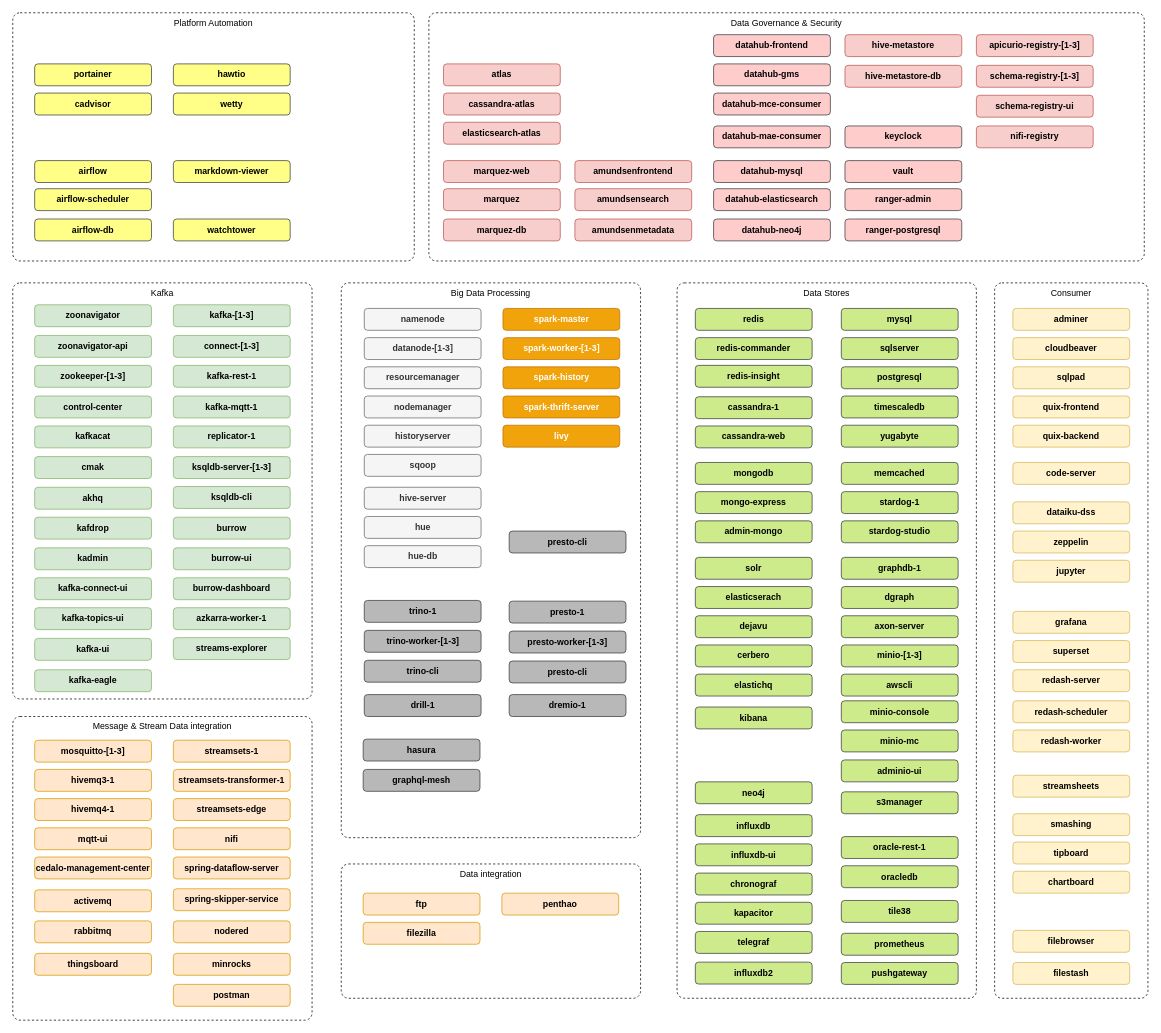
This is page "Services" (1 of 4) of documentation/drawio/modern-data-platform.drawio from TrivadisPF/platys-modern-data-platform, a draw.io file, before an edit. Source tidied: cells renumbered, new cells numbered last; positions are measured from the earlier drawing's top-left corner, leaving out a move shared by most shapes. Both pictures are drawn from the tidied source at 73%, with x=0, y=0 at pixel (12, 12).
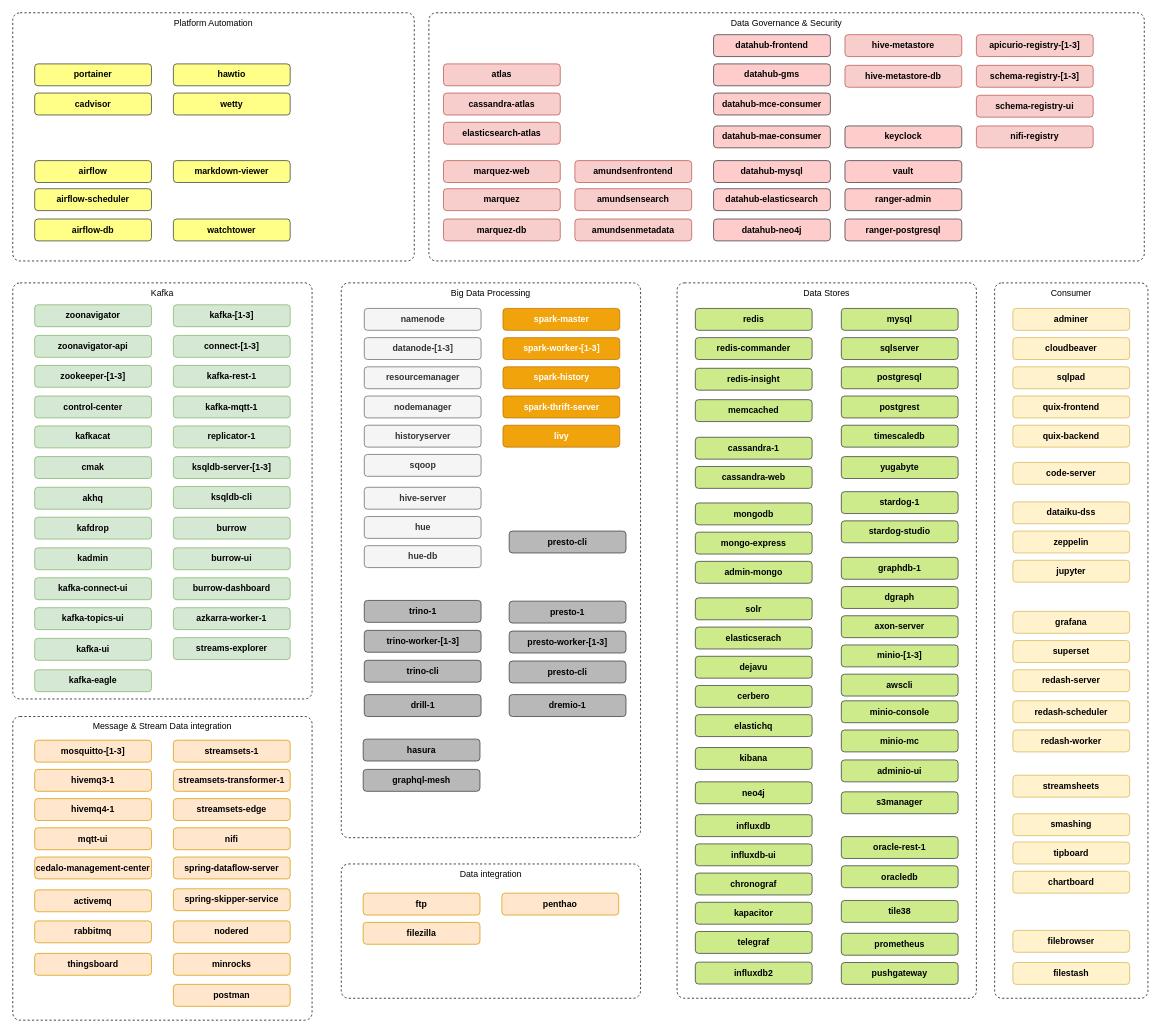
The same page after the edit.

Commit message (it also covers changes not shown here):
add postgrest service: #329

Diff of the diagram source:
```diff
@@
     <mxCell id="61" value="&lt;span&gt;cassandra-1&lt;/span&gt;" style="rounded=1;whiteSpace=wrap;html=1;fillColor=#cdeb8b;strokeColor=#36393d;fontStyle=1;" parent="1" vertex="1">
-      <mxGeometry x="935" y="526" width="160" height="30" as="geometry" />
+      <mxGeometry x="935" y="581.5" width="160" height="30" as="geometry" />
     </mxCell>
     <mxCell id="62" value="&lt;span&gt;cassandra-web&lt;/span&gt;" style="rounded=1;whiteSpace=wrap;html=1;fillColor=#cdeb8b;strokeColor=#36393d;fontStyle=1;" parent="1" vertex="1">
-      <mxGeometry x="935" y="566" width="160" height="30" as="geometry" />
+      <mxGeometry x="935" y="621.5" width="160" height="30" as="geometry" />
     </mxCell>
     <mxCell id="63" value="&lt;span&gt;mongodb&lt;/span&gt;" style="rounded=1;whiteSpace=wrap;html=1;fillColor=#cdeb8b;strokeColor=#36393d;fontStyle=1;" parent="1" vertex="1">
-      <mxGeometry x="935" y="616" width="160" height="30" as="geometry" />
+      <mxGeometry x="935" y="671.5" width="160" height="30" as="geometry" />
     </mxCell>
     <mxCell id="64" value="&lt;span&gt;mongo-express&lt;/span&gt;" style="rounded=1;whiteSpace=wrap;html=1;fillColor=#cdeb8b;strokeColor=#36393d;fontStyle=1;" parent="1" vertex="1">
-      <mxGeometry x="935" y="656" width="160" height="30" as="geometry" />
+      <mxGeometry x="935" y="711.5" width="160" height="30" as="geometry" />
     </mxCell>
     <mxCell id="65" value="&lt;span&gt;admin-mongo&lt;/span&gt;" style="rounded=1;whiteSpace=wrap;html=1;fillColor=#cdeb8b;strokeColor=#36393d;fontStyle=1;" parent="1" vertex="1">
-      <mxGeometry x="935" y="696" width="160" height="30" as="geometry" />
+      <mxGeometry x="935" y="751.5" width="160" height="30" as="geometry" />
     </mxCell>
     <mxCell id="66" value="&lt;span&gt;solr&lt;/span&gt;" style="rounded=1;whiteSpace=wrap;html=1;fillColor=#cdeb8b;strokeColor=#36393d;fontStyle=1;" parent="1" vertex="1">
-      <mxGeometry x="935" y="746" width="160" height="30" as="geometry" />
+      <mxGeometry x="935" y="801.5" width="160" height="30" as="geometry" />
     </mxCell>
     <mxCell id="67" value="&lt;span&gt;elasticserach&lt;/span&gt;" style="rounded=1;whiteSpace=wrap;html=1;fillColor=#cdeb8b;strokeColor=#36393d;fontStyle=1;" parent="1" vertex="1">
-      <mxGeometry x="935" y="786" width="160" height="30" as="geometry" />
+      <mxGeometry x="935" y="841.5" width="160" height="30" as="geometry" />
     </mxCell>
     <mxCell id="68" value="&lt;span&gt;dejavu&lt;/span&gt;" style="rounded=1;whiteSpace=wrap;html=1;fillColor=#cdeb8b;strokeColor=#36393d;fontStyle=1;" parent="1" vertex="1">
-      <mxGeometry x="935" y="826" width="160" height="30" as="geometry" />
+      <mxGeometry x="935" y="881.5" width="160" height="30" as="geometry" />
     </mxCell>
     <mxCell id="69" value="&lt;span&gt;cerbero&lt;/span&gt;" style="rounded=1;whiteSpace=wrap;html=1;fillColor=#cdeb8b;strokeColor=#36393d;fontStyle=1;" parent="1" vertex="1">
-      <mxGeometry x="935" y="866" width="160" height="30" as="geometry" />
+      <mxGeometry x="935" y="921.5" width="160" height="30" as="geometry" />
     </mxCell>
     <mxCell id="70" value="&lt;span&gt;elastichq&lt;/span&gt;" style="rounded=1;whiteSpace=wrap;html=1;fillColor=#cdeb8b;strokeColor=#36393d;fontStyle=1;" parent="1" vertex="1">
-      <mxGeometry x="935" y="906" width="160" height="30" as="geometry" />
+      <mxGeometry x="935" y="961.5" width="160" height="30" as="geometry" />
     </mxCell>
     <mxCell id="71" value="&lt;span&gt;kibana&lt;/span&gt;" style="rounded=1;whiteSpace=wrap;html=1;fillColor=#cdeb8b;strokeColor=#36393d;fontStyle=1;" parent="1" vertex="1">
-      <mxGeometry x="935" y="951" width="160" height="30" as="geometry" />
+      <mxGeometry x="935" y="1006.5" width="160" height="30" as="geometry" />
     </mxCell>
@@
-    <mxCell id="85" value="&lt;span&gt;timescaledb&lt;/span&gt;" style="rounded=1;whiteSpace=wrap;html=1;fillColor=#cdeb8b;strokeColor=#36393d;fontStyle=1;" parent="1" vertex="1">
+    <mxCell id="85" value="&lt;span&gt;postgrest&lt;/span&gt;" style="rounded=1;whiteSpace=wrap;html=1;fillColor=#cdeb8b;strokeColor=#36393d;fontStyle=1;" parent="1" vertex="1">
       <mxGeometry x="1135" y="525" width="160" height="30" as="geometry" />
     </mxCell>
@@
-    <mxCell id="113" value="&lt;span&gt;yugabyte&lt;/span&gt;" style="rounded=1;whiteSpace=wrap;html=1;fillColor=#cdeb8b;strokeColor=#36393d;fontStyle=1;" parent="1" vertex="1">
+    <mxCell id="113" value="timescaledb" style="rounded=1;whiteSpace=wrap;html=1;fillColor=#cdeb8b;strokeColor=#36393d;fontStyle=1;" parent="1" vertex="1">
       <mxGeometry x="1135" y="565" width="160" height="30" as="geometry" />
     </mxCell>
@@
     <mxCell id="137" value="&lt;span&gt;memcached&lt;/span&gt;" style="rounded=1;whiteSpace=wrap;html=1;fillColor=#cdeb8b;strokeColor=#36393d;fontStyle=1;" parent="1" vertex="1">
-      <mxGeometry x="1135" y="616" width="160" height="30" as="geometry" />
+      <mxGeometry x="935" y="530" width="160" height="30" as="geometry" />
     </mxCell>
@@
     <mxCell id="148" value="&lt;span&gt;redis-insight&lt;/span&gt;" style="rounded=1;whiteSpace=wrap;html=1;fillColor=#cdeb8b;strokeColor=#36393d;fontStyle=1;" parent="1" vertex="1">
-      <mxGeometry x="935" y="483" width="160" height="30" as="geometry" />
+      <mxGeometry x="935" y="487" width="160" height="30" as="geometry" />
     </mxCell>
@@
+    <mxCell id="179" value="yugabyte" style="rounded=1;whiteSpace=wrap;html=1;fillColor=#cdeb8b;strokeColor=#36393d;fontStyle=1;" parent="1" vertex="1">
+      <mxGeometry x="1135" y="608" width="160" height="30" as="geometry" />
+    </mxCell>
```
